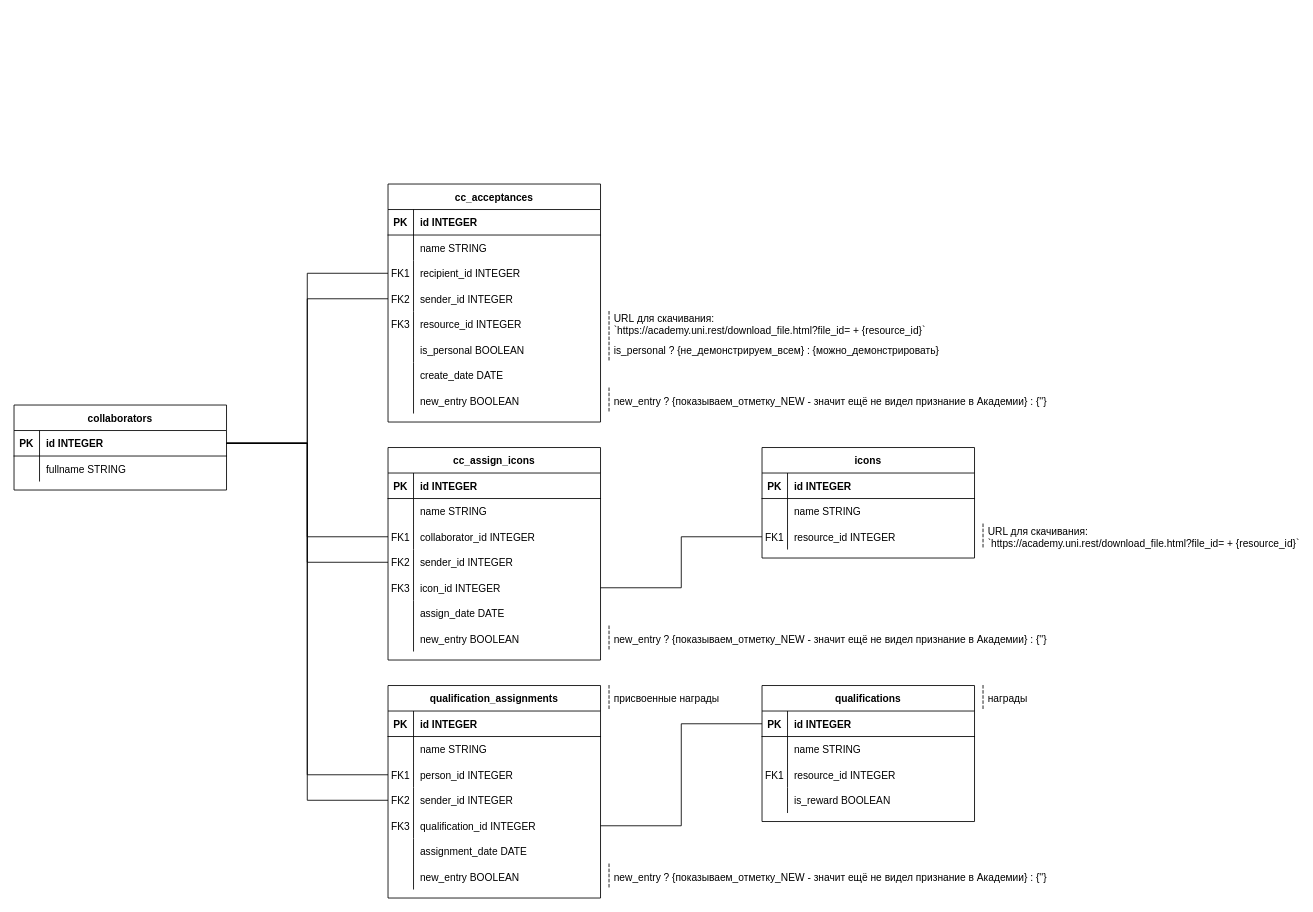
The draw.io diagram send_data_for_hrtv.drawio in Karamamburu/UniTech_custom_features, before the edit. Source tidied: cells renumbered, new cells numbered last; positions are measured from the earlier drawing's top-left corner, leaving out a move shared by most shapes. Both pictures are drawn from the tidied source at 85%, with x=0, y=0 at pixel (14, 184).
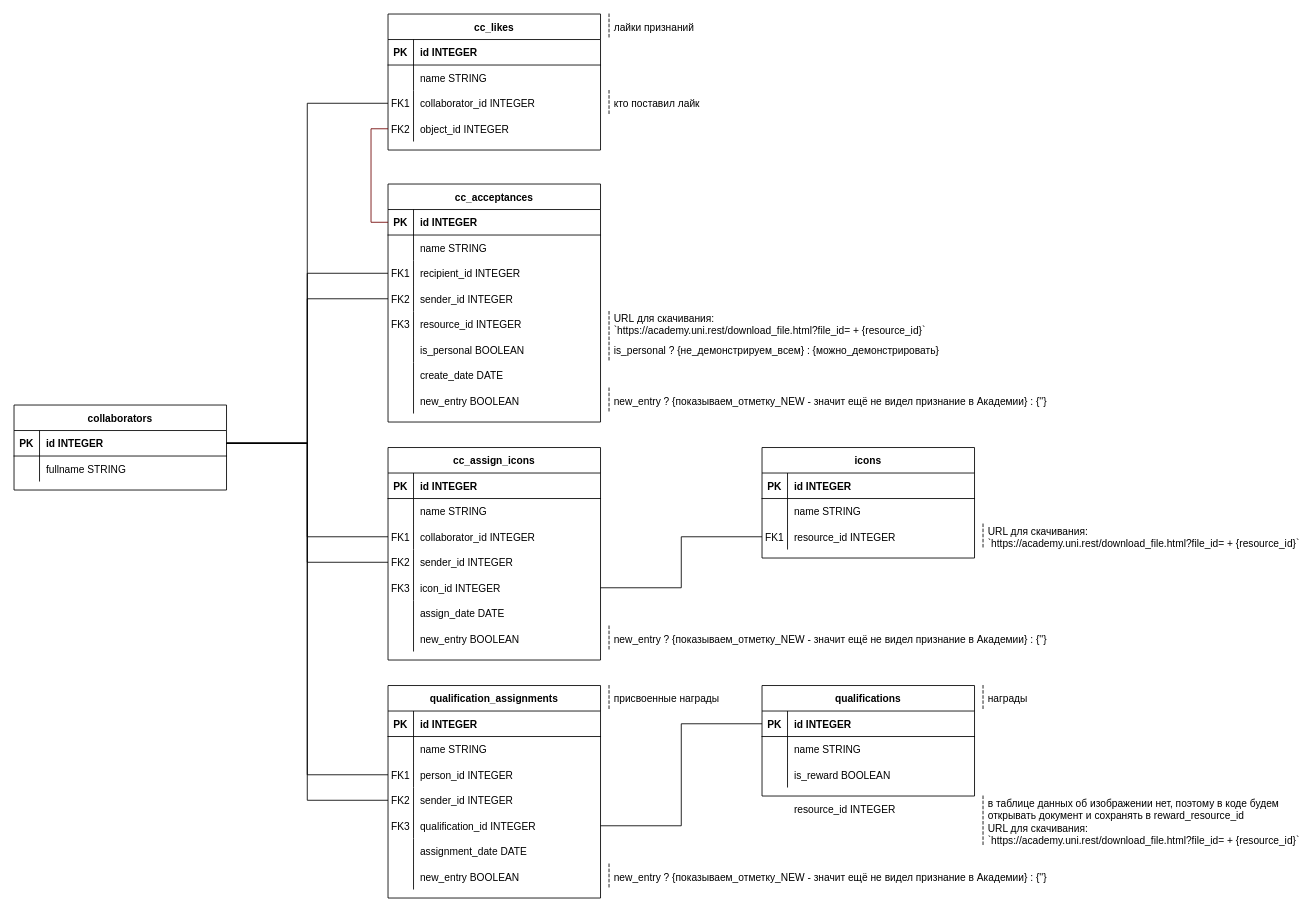
The same diagram, later.

Unchanged cells that the change refers to:
```xml
<mxCell id="3" style="shape=partialRectangle;fillColor=none;points=[[0,0.5],[1,0.5]];portConstraint=eastwest;top=0;left=0;right=0;bottom=1;" parent="2" vertex="1">
  <mxGeometry y="30" width="250" height="30" as="geometry" />
</mxCell>
<mxCell id="10" style="shape=partialRectangle;fillColor=none;points=[[0,0.5],[1,0.5]];portConstraint=eastwest;top=0;left=0;right=0;bottom=1;" parent="9" vertex="1">
  <mxGeometry y="30" width="250" height="30" as="geometry" />
</mxCell>
```

The edit, as a diff of the source:
```diff
@@
     <mxCell id="105" value="qualifications" style="shape=table;startSize=30;childLayout=tableLayout;rowLines=0;fontStyle=1;align=center;" parent="1" vertex="1">
-      <mxGeometry x="880" y="590" width="250" height="160" as="geometry" />
+      <mxGeometry x="880" y="590" width="250" height="130" as="geometry" />
     </mxCell>
@@
-    <mxCell id="112" style="shape=partialRectangle;fillColor=none;points=[[0,0.5],[1,0.5]];portConstraint=eastwest;top=0;left=0;right=0;bottom=0;" parent="105" vertex="1">
-      <mxGeometry y="90" width="250" height="30" as="geometry" />
-    </mxCell>
-    <mxCell id="113" value="FK1" style="shape=partialRectangle;overflow=hidden;fillColor=none;top=0;left=0;bottom=0;right=0;" parent="112" vertex="1">
-      <mxGeometry width="30" height="30" as="geometry" />
-    </mxCell>
-    <mxCell id="114" value="resource_id INTEGER" style="shape=partialRectangle;overflow=hidden;fillColor=none;top=0;left=0;bottom=0;right=0;align=left;spacingLeft=6;" parent="112" vertex="1">
-      <mxGeometry x="30" width="220" height="30" as="geometry" />
-    </mxCell>
     <mxCell id="115" style="shape=partialRectangle;fillColor=none;top=0;left=0;right=0;bottom=0;" parent="105" vertex="1">
-      <mxGeometry y="120" width="250" height="30" as="geometry" />
+      <mxGeometry y="90" width="250" height="30" as="geometry" />
     </mxCell>
@@
+    <mxCell id="114" value="resource_id INTEGER" style="shape=partialRectangle;overflow=hidden;fillColor=none;top=0;left=0;bottom=0;right=0;align=left;spacingLeft=6;" parent="1" vertex="1">
+      <mxGeometry x="910" y="720" width="220" height="30" as="geometry" />
+    </mxCell>
+    <mxCell id="125" value="в таблице данных об изображении нет, поэтому в коде будем &#10;открывать документ и сохранять в reward_resource_id" style="shape=partialRectangle;fillColor=none;align=left;verticalAlign=middle;strokeColor=none;spacingLeft=34;" parent="1" vertex="1">
+      <mxGeometry x="1110" y="720" width="90" height="30" as="geometry" />
+    </mxCell>
+    <mxCell id="126" style="shape=partialRectangle;top=0;left=0;bottom=0;fillColor=none;stokeWidth=1;dashed=1;align=left;verticalAlign=middle;spacingLeft=4;spacingRight=4;overflow=hidden;" parent="125" vertex="1">
+      <mxGeometry width="30" height="30" as="geometry" />
+    </mxCell>
+    <mxCell id="127" value="URL для скачивания: &#10;`https://academy.uni.rest/download_file.html?file_id= + {resource_id}`" style="shape=partialRectangle;fillColor=none;align=left;verticalAlign=middle;strokeColor=none;spacingLeft=34;" parent="1" vertex="1">
+      <mxGeometry x="1110" y="750" width="90" height="30" as="geometry" />
+    </mxCell>
+    <mxCell id="128" style="shape=partialRectangle;top=0;left=0;bottom=0;fillColor=none;stokeWidth=1;dashed=1;align=left;verticalAlign=middle;spacingLeft=4;spacingRight=4;overflow=hidden;" parent="127" vertex="1">
+      <mxGeometry width="30" height="30" as="geometry" />
+    </mxCell>
+    <mxCell id="129" value="cc_likes" style="shape=table;startSize=30;childLayout=tableLayout;rowLines=0;fontStyle=1;align=center;" parent="1" vertex="1">
+      <mxGeometry x="440" y="-200" width="250" height="160" as="geometry" />
+    </mxCell>
+    <mxCell id="130" style="shape=partialRectangle;fillColor=none;top=0;left=0;right=0;bottom=1;" parent="129" vertex="1">
+      <mxGeometry y="30" width="250" height="30" as="geometry" />
+    </mxCell>
+    <mxCell id="131" value="PK" style="shape=partialRectangle;overflow=hidden;fillColor=none;top=0;left=0;bottom=0;right=0;fontStyle=1;" parent="130" vertex="1">
+      <mxGeometry width="30" height="30" as="geometry" />
+    </mxCell>
+    <mxCell id="132" value="id INTEGER" style="shape=partialRectangle;overflow=hidden;fillColor=none;top=0;left=0;bottom=0;right=0;align=left;spacingLeft=6;fontStyle=1;" parent="130" vertex="1">
+      <mxGeometry x="30" width="220" height="30" as="geometry" />
+    </mxCell>
+    <mxCell id="133" style="shape=partialRectangle;fillColor=none;top=0;left=0;right=0;bottom=0;" parent="129" vertex="1">
+      <mxGeometry y="60" width="250" height="30" as="geometry" />
+    </mxCell>
+    <mxCell id="134" style="shape=partialRectangle;overflow=hidden;fillColor=none;top=0;left=0;bottom=0;right=0;" parent="133" vertex="1">
+      <mxGeometry width="30" height="30" as="geometry" />
+    </mxCell>
+    <mxCell id="135" value="name STRING" style="shape=partialRectangle;overflow=hidden;fillColor=none;top=0;left=0;bottom=0;right=0;align=left;spacingLeft=6;" parent="133" vertex="1">
+      <mxGeometry x="30" width="220" height="30" as="geometry" />
+    </mxCell>
+    <mxCell id="112" style="shape=partialRectangle;fillColor=none;points=[[0,0.5],[1,0.5]];portConstraint=eastwest;top=0;left=0;right=0;bottom=0;" parent="129" vertex="1">
+      <mxGeometry y="90" width="250" height="30" as="geometry" />
+    </mxCell>
+    <mxCell id="113" value="FK1" style="shape=partialRectangle;overflow=hidden;fillColor=none;top=0;left=0;bottom=0;right=0;" parent="112" vertex="1">
+      <mxGeometry width="30" height="30" as="geometry" />
+    </mxCell>
+    <mxCell id="136" value="collaborator_id INTEGER" style="shape=partialRectangle;overflow=hidden;fillColor=none;top=0;left=0;bottom=0;right=0;align=left;spacingLeft=6;" parent="112" vertex="1">
+      <mxGeometry x="30" width="220" height="30" as="geometry" />
+    </mxCell>
+    <mxCell id="137" style="shape=partialRectangle;fillColor=none;points=[[0,0.5],[1,0.5]];portConstraint=eastwest;top=0;left=0;right=0;bottom=0;" parent="129" vertex="1">
+      <mxGeometry y="120" width="250" height="30" as="geometry" />
+    </mxCell>
+    <mxCell id="138" value="FK2" style="shape=partialRectangle;overflow=hidden;fillColor=none;top=0;left=0;bottom=0;right=0;" parent="137" vertex="1">
+      <mxGeometry width="30" height="30" as="geometry" />
+    </mxCell>
+    <mxCell id="139" value="object_id INTEGER" style="shape=partialRectangle;overflow=hidden;fillColor=none;top=0;left=0;bottom=0;right=0;align=left;spacingLeft=6;" parent="137" vertex="1">
+      <mxGeometry x="30" width="220" height="30" as="geometry" />
+    </mxCell>
+    <mxCell id="140" style="edgeStyle=orthogonalEdgeStyle;rounded=0;jettySize=auto;html=1;exitX=0;exitY=0.5;exitDx=0;exitDy=0;entryX=1;entryY=0.5;entryDx=0;entryDy=0;endArrow=none;startFill=0;" parent="1" edge="1" source="112" target="3">
+      <mxGeometry relative="1" as="geometry" />
+    </mxCell>
+    <mxCell id="141" style="edgeStyle=orthogonalEdgeStyle;rounded=0;jettySize=auto;html=1;exitX=0;exitY=0.5;exitDx=0;exitDy=0;entryX=0;entryY=0.5;entryDx=0;entryDy=0;endArrow=none;startFill=0;fillColor=#a20025;strokeColor=#6F0000;" parent="1" edge="1" source="137" target="10">
+      <mxGeometry relative="1" as="geometry" />
+    </mxCell>
+    <mxCell id="142" value="лайки признаний" style="shape=partialRectangle;fillColor=none;align=left;verticalAlign=middle;strokeColor=none;spacingLeft=34;" parent="1" vertex="1">
+      <mxGeometry x="670" y="-200" width="90" height="30" as="geometry" />
+    </mxCell>
+    <mxCell id="143" style="shape=partialRectangle;top=0;left=0;bottom=0;fillColor=none;stokeWidth=1;dashed=1;align=left;verticalAlign=middle;spacingLeft=4;spacingRight=4;overflow=hidden;" parent="142" vertex="1">
+      <mxGeometry width="30" height="30" as="geometry" />
+    </mxCell>
+    <mxCell id="144" value="кто поставил лайк" style="shape=partialRectangle;fillColor=none;align=left;verticalAlign=middle;strokeColor=none;spacingLeft=34;" parent="1" vertex="1">
+      <mxGeometry x="670" y="-110" width="90" height="30" as="geometry" />
+    </mxCell>
+    <mxCell id="145" style="shape=partialRectangle;top=0;left=0;bottom=0;fillColor=none;stokeWidth=1;dashed=1;align=left;verticalAlign=middle;spacingLeft=4;spacingRight=4;overflow=hidden;" parent="144" vertex="1">
+      <mxGeometry width="30" height="30" as="geometry" />
+    </mxCell>
```
